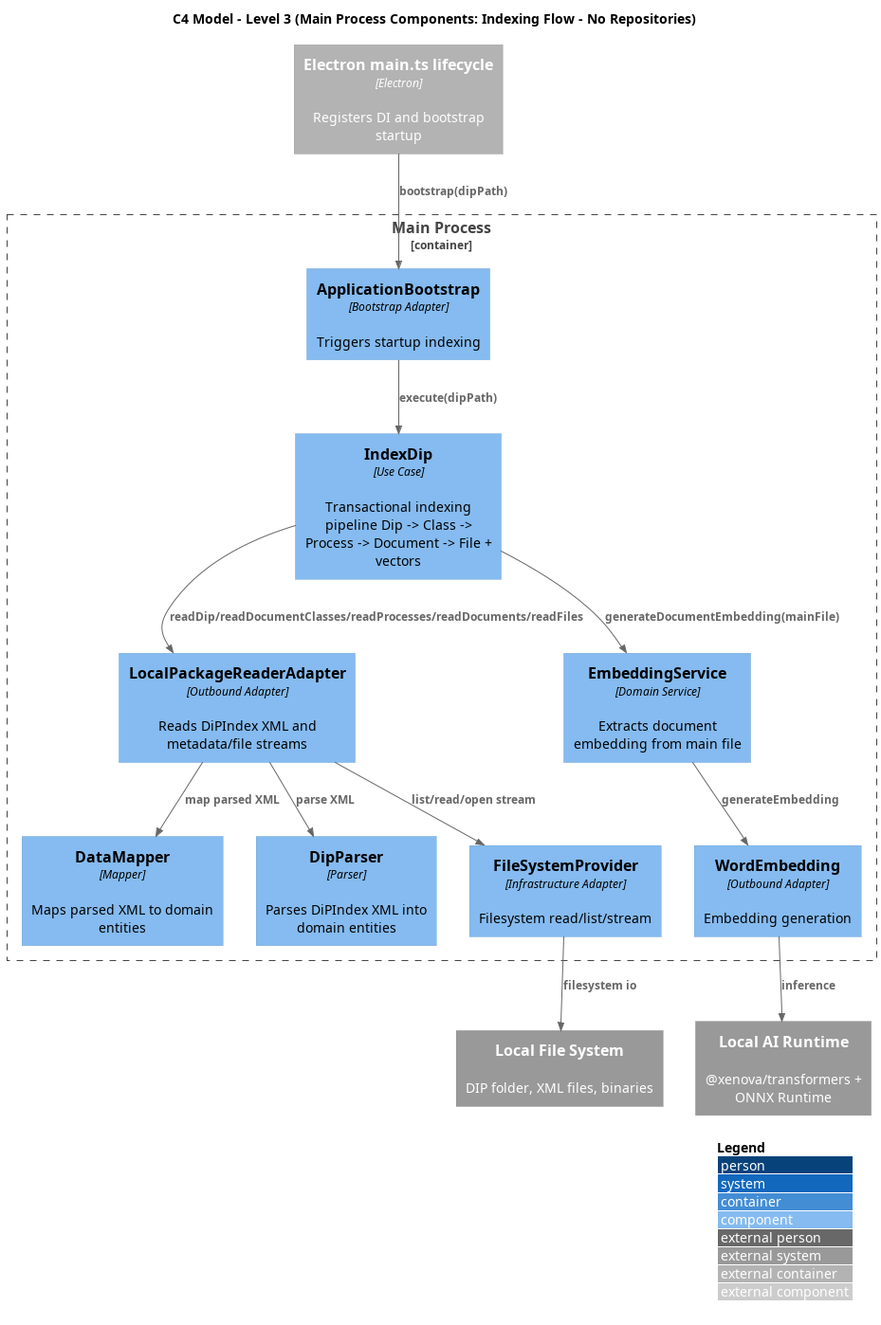
This is out/3_PB/DocumentiEsterni/DiagrammiSpecificaTecnica/generated_/architecture/c1-c3/C3-main-indexing-flow-no-repos/C3_Main_Indexing_Flow_No_Repos.png from 7-ZPUs/Docs, a PlantUML export, as it was before one commit. Its diagram source:
```plantuml
@startuml C3_Main_Indexing_Flow_No_Repos
!includeurl https://raw.githubusercontent.com/plantuml-stdlib/C4-PlantUML/master/C4_Component.puml

title C4 Model - Level 3 (Main Process Components: Indexing Flow - No Repositories)

LAYOUT_WITH_LEGEND()

Container_Boundary(main_container, "Main Process") {
  Component(app_bootstrap, "ApplicationBootstrap", "Bootstrap Adapter", "Triggers startup indexing")
  Component(index_dip, "IndexDip", "Use Case", "Transactional indexing pipeline Dip -> Class -> Process -> Document -> File + vectors")

  Component(package_reader, "LocalPackageReaderAdapter", "Outbound Adapter", "Reads DiPIndex XML and metadata/file streams")
  Component(data_mapper, "DataMapper", "Mapper", "Maps parsed XML to domain entities")
  Component(dip_parser, "DipParser", "Parser", "Parses DiPIndex XML into domain entities")
  Component(file_system_provider, "FileSystemProvider", "Infrastructure Adapter", "Filesystem read/list/stream")

  Component(chunker, "EmbeddingService", "Domain Service", "Extracts document embedding from main file")
  Component(word_embedding, "WordEmbedding", "Outbound Adapter", "Embedding generation")
}

Container_Ext(main_lifecycle, "Electron main.ts lifecycle", "Electron", "Registers DI and bootstrap startup")
System_Ext(local_fs, "Local File System", "DIP folder, XML files, binaries")
System_Ext(ai_runtime, "Local AI Runtime", "@xenova/transformers + ONNX Runtime")

Rel(main_lifecycle, app_bootstrap, "bootstrap(dipPath)")
Rel(app_bootstrap, index_dip, "execute(dipPath)")

Rel(index_dip, package_reader, "readDip/readDocumentClasses/readProcesses/readDocuments/readFiles")
Rel(package_reader, data_mapper, "map parsed XML")
Rel(package_reader, dip_parser, "parse XML")
Rel(package_reader, file_system_provider, "list/read/open stream")
Rel(file_system_provider, local_fs, "filesystem io")

Rel(index_dip, chunker, "generateDocumentEmbedding(mainFile)")
Rel(chunker, word_embedding, "generateEmbedding")
Rel(word_embedding, ai_runtime, "inference")

@enduml
```
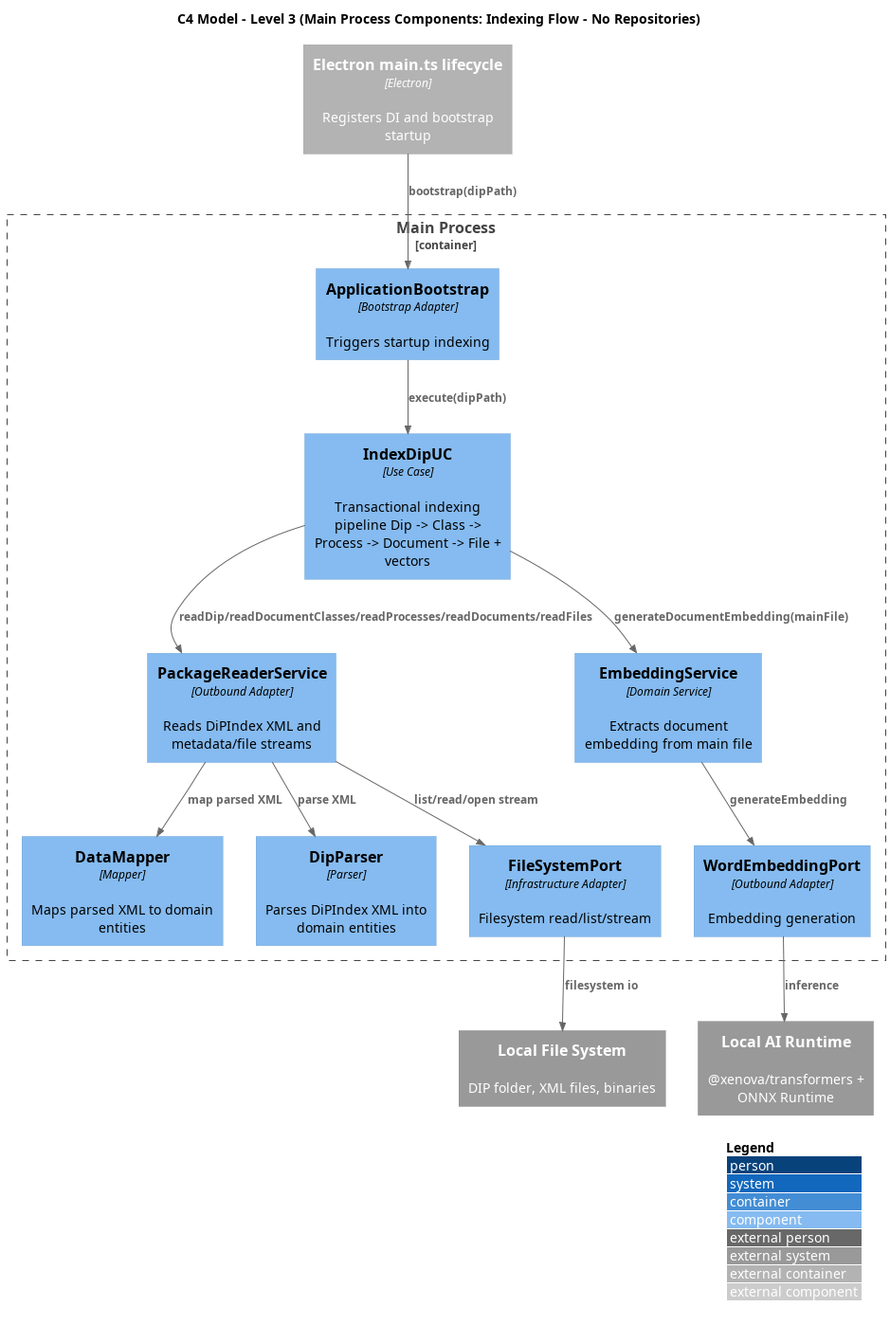
After the change.

The edit, as a diff of the source:
```diff
@@ -7,15 +7,15 @@
 
 Container_Boundary(main_container, "Main Process") {
   Component(app_bootstrap, "ApplicationBootstrap", "Bootstrap Adapter", "Triggers startup indexing")
-  Component(index_dip, "IndexDip", "Use Case", "Transactional indexing pipeline Dip -> Class -> Process -> Document -> File + vectors")
+  Component(index_dip, "IndexDipUC", "Use Case", "Transactional indexing pipeline Dip -> Class -> Process -> Document -> File + vectors")
 
-  Component(package_reader, "LocalPackageReaderAdapter", "Outbound Adapter", "Reads DiPIndex XML and metadata/file streams")
+  Component(package_reader, "PackageReaderService", "Outbound Adapter", "Reads DiPIndex XML and metadata/file streams")
   Component(data_mapper, "DataMapper", "Mapper", "Maps parsed XML to domain entities")
   Component(dip_parser, "DipParser", "Parser", "Parses DiPIndex XML into domain entities")
-  Component(file_system_provider, "FileSystemProvider", "Infrastructure Adapter", "Filesystem read/list/stream")
+  Component(file_system_provider, "FileSystemPort", "Infrastructure Adapter", "Filesystem read/list/stream")
 
   Component(chunker, "EmbeddingService", "Domain Service", "Extracts document embedding from main file")
-  Component(word_embedding, "WordEmbedding", "Outbound Adapter", "Embedding generation")
+  Component(word_embedding, "WordEmbeddingPort", "Outbound Adapter", "Embedding generation")
 }
 
 Container_Ext(main_lifecycle, "Electron main.ts lifecycle", "Electron", "Registers DI and bootstrap startup")
```
